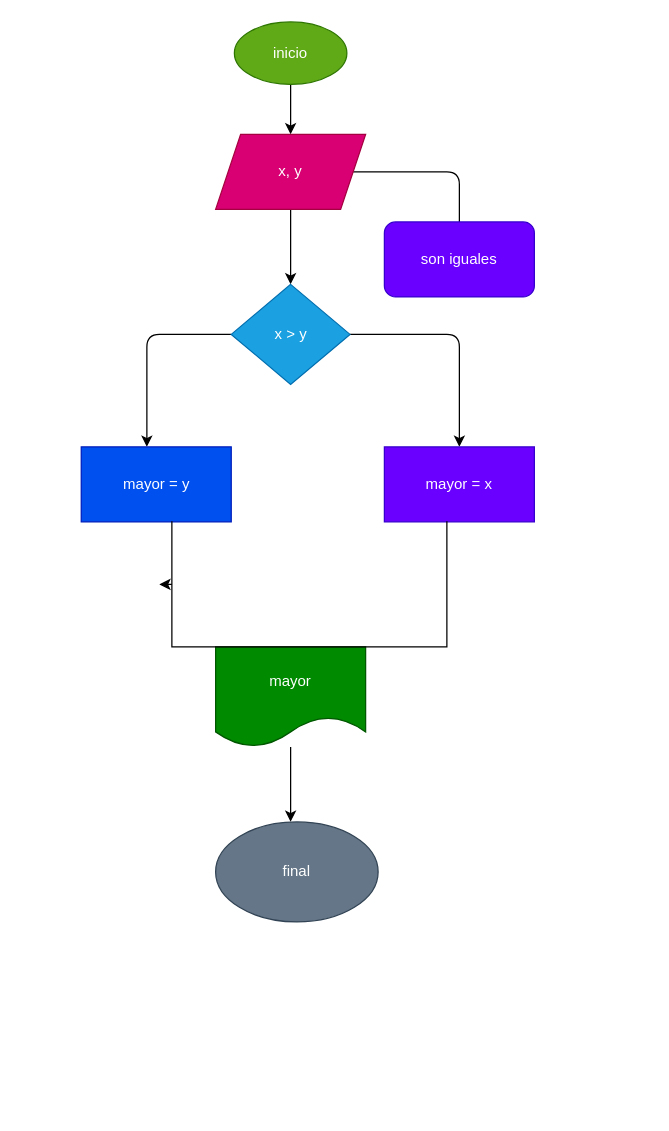
The draw.io diagram diagrama.drawio in jefferson5252173/mayor_2enteros, before the edit. Source tidied: cells renumbered, new cells numbered last; positions are measured from the earlier drawing's top-left corner, leaving out a move shared by most shapes. Both pictures are drawn from the tidied source at 125%, with x=0, y=0 at pixel (81, 21).
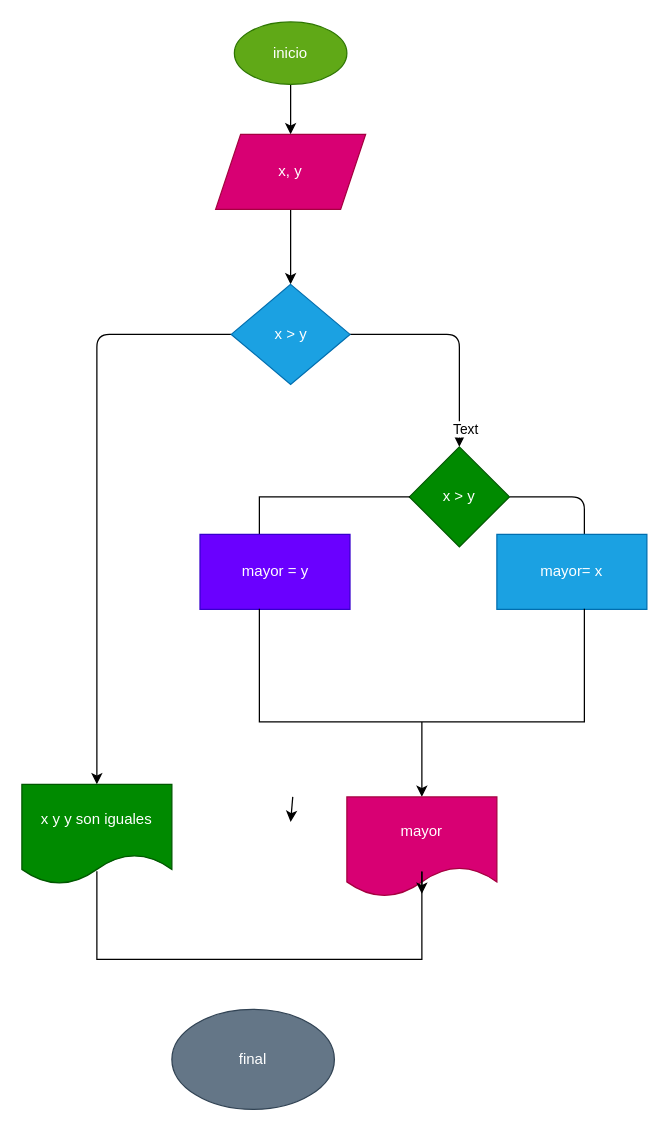
The same page after the edit.

Commit message (it also covers changes not shown here):
se modifico diagrama de flujo

Unchanged cells that the change refers to:
```xml
<mxCell id="6" value="x, y" style="shape=parallelogram;perimeter=parallelogramPerimeter;whiteSpace=wrap;html=1;fixedSize=1;fillColor=#d80073;fontColor=#ffffff;strokeColor=#A50040;" parent="1" vertex="1">
  <mxGeometry x="107" y="90" width="120" height="60" as="geometry" />
</mxCell>
<mxCell id="7" style="edgeStyle=none;html=1;" parent="1" edge="1" source="9">
  <mxGeometry relative="1" as="geometry">
    <mxPoint x="302" y="340" as="targetPoint" />
    <Array as="points">
      <mxPoint x="302" y="250" />
    </Array>
  </mxGeometry>
</mxCell>
<mxCell id="9" value="x &amp;gt; y" style="rhombus;whiteSpace=wrap;html=1;fillColor=#1ba1e2;fontColor=#ffffff;strokeColor=#006EAF;" parent="1" vertex="1">
  <mxGeometry x="119.5" y="210" width="95" height="80" as="geometry" />
</mxCell>
```

Diff of the diagram source:
```diff
@@
-    <mxCell id="5" style="edgeStyle=none;html=1;" parent="1" edge="1" source="6">
-      <mxGeometry relative="1" as="geometry">
-        <mxPoint x="302" y="170" as="targetPoint" />
-        <Array as="points">
-          <mxPoint x="302" y="120" />
-        </Array>
-      </mxGeometry>
-    </mxCell>
@@
+    <mxCell id="18" value="Text" style="edgeLabel;html=1;align=center;verticalAlign=middle;" parent="7" vertex="1">
+      <mxGeometry x="0.84" y="4" relative="1" as="geometry" />
+    </mxCell>
     <mxCell id="8" style="edgeStyle=none;html=1;" parent="1" edge="1" source="9">
       <mxGeometry relative="1" as="geometry">
-        <mxPoint x="52" y="340" as="targetPoint" />
+        <mxPoint x="12" y="610" as="targetPoint" />
         <Array as="points">
-          <mxPoint x="52" y="250" />
+          <mxPoint x="12" y="250" />
         </Array>
       </mxGeometry>
     </mxCell>
@@
+    <mxCell id="12" style="edgeStyle=none;html=1;" parent="1" edge="1">
+      <mxGeometry relative="1" as="geometry">
+        <mxPoint x="168.7" y="620" as="sourcePoint" />
+        <mxPoint x="167" y="640" as="targetPoint" />
+      </mxGeometry>
+    </mxCell>
+    <mxCell id="14" value="final" style="ellipse;whiteSpace=wrap;html=1;fillColor=#647687;fontColor=#ffffff;strokeColor=#314354;" parent="1" vertex="1">
+      <mxGeometry x="72" y="790" width="130" height="80" as="geometry" />
+    </mxCell>
+    <mxCell id="19" style="edgeStyle=none;html=1;" parent="1" edge="1" source="20">
+      <mxGeometry relative="1" as="geometry">
+        <mxPoint x="402" y="430" as="targetPoint" />
+        <Array as="points">
+          <mxPoint x="402" y="380" />
+        </Array>
+      </mxGeometry>
+    </mxCell>
+    <mxCell id="20" value="x &amp;gt; y" style="rhombus;whiteSpace=wrap;html=1;fillColor=#008a00;fontColor=#ffffff;strokeColor=#005700;" parent="1" vertex="1">
+      <mxGeometry x="262" y="340" width="80" height="80" as="geometry" />
+    </mxCell>
+    <mxCell id="21" value="mayor= x" style="whiteSpace=wrap;html=1;fillColor=#1ba1e2;fontColor=#ffffff;strokeColor=#006EAF;" parent="1" vertex="1">
+      <mxGeometry x="332" y="410" width="120" height="60" as="geometry" />
+    </mxCell>
+    <mxCell id="22" style="shape=partialRectangle;whiteSpace=wrap;html=1;bottom=0;right=0;fillColor=none;" parent="1" vertex="1">
+      <mxGeometry x="142" y="380" width="120" height="60" as="geometry" />
+    </mxCell>
-    <mxCell id="10" value="mayor = y" style="whiteSpace=wrap;html=1;fillColor=#0050ef;fontColor=#ffffff;strokeColor=#001DBC;" parent="1" vertex="1">
-      <mxGeometry x="-0.5" y="340" width="120" height="60" as="geometry" />
+    <mxCell id="10" value="mayor = y" style="whiteSpace=wrap;html=1;fillColor=#6a00ff;fontColor=#ffffff;strokeColor=#3700CC;" parent="1" vertex="1">
+      <mxGeometry x="94.5" y="410" width="120" height="60" as="geometry" />
     </mxCell>
-    <mxCell id="11" value="mayor = x" style="whiteSpace=wrap;html=1;fillColor=#6a00ff;fontColor=#ffffff;strokeColor=#3700CC;" parent="1" vertex="1">
-      <mxGeometry x="242" y="340" width="120" height="60" as="geometry" />
-    </mxCell>
-    <mxCell id="12" style="edgeStyle=none;html=1;" parent="1" edge="1" source="13">
-      <mxGeometry relative="1" as="geometry">
-        <mxPoint x="167" y="640" as="targetPoint" />
-      </mxGeometry>
-    </mxCell>
+    <mxCell id="23" value="x y y son iguales" style="shape=document;whiteSpace=wrap;html=1;boundedLbl=1;fillColor=#008a00;fontColor=#ffffff;strokeColor=#005700;" parent="1" vertex="1">
+      <mxGeometry x="-48" y="610" width="120" height="80" as="geometry" />
+    </mxCell>
+    <mxCell id="24" style="edgeStyle=none;html=1;" parent="1" edge="1" source="25">
+      <mxGeometry relative="1" as="geometry">
+        <mxPoint x="272" y="620" as="targetPoint" />
+      </mxGeometry>
+    </mxCell>
+    <mxCell id="25" style="shape=partialRectangle;whiteSpace=wrap;html=1;bottom=1;right=1;left=1;top=0;fillColor=none;routingCenterX=-0.5;" parent="1" vertex="1">
+      <mxGeometry x="142" y="470" width="260" height="90" as="geometry" />
+    </mxCell>
-    <mxCell id="13" value="mayor" style="shape=document;whiteSpace=wrap;html=1;boundedLbl=1;fillColor=#008a00;fontColor=#ffffff;strokeColor=#005700;" parent="1" vertex="1">
-      <mxGeometry x="107" y="500" width="120" height="80" as="geometry" />
+    <mxCell id="13" value="mayor" style="shape=document;whiteSpace=wrap;html=1;boundedLbl=1;fillColor=#d80073;fontColor=#ffffff;strokeColor=#A50040;" parent="1" vertex="1">
+      <mxGeometry x="212" y="620" width="120" height="80" as="geometry" />
     </mxCell>
-    <mxCell id="14" value="final" style="ellipse;whiteSpace=wrap;html=1;fillColor=#647687;fontColor=#ffffff;strokeColor=#314354;" parent="1" vertex="1">
-      <mxGeometry x="107" y="640" width="130" height="80" as="geometry" />
-    </mxCell>
-    <mxCell id="15" style="edgeStyle=none;html=1;exitX=0;exitY=0.5;exitDx=0;exitDy=0;" parent="1" edge="1" source="16">
-      <mxGeometry relative="1" as="geometry">
-        <mxPoint x="62" y="450" as="targetPoint" />
-      </mxGeometry>
-    </mxCell>
-    <mxCell id="16" style="shape=partialRectangle;whiteSpace=wrap;html=1;bottom=1;right=1;left=1;top=0;fillColor=none;routingCenterX=-0.5;" parent="1" vertex="1">
-      <mxGeometry x="72" y="400" width="220" height="100" as="geometry" />
-    </mxCell>
-    <mxCell id="17" value="son iguales" style="rounded=1;whiteSpace=wrap;html=1;fillColor=#6a00ff;fontColor=#ffffff;strokeColor=#3700CC;" parent="1" vertex="1">
-      <mxGeometry x="242" y="160" width="120" height="60" as="geometry" />
-    </mxCell>
+    <mxCell id="26" style="shape=partialRectangle;whiteSpace=wrap;html=1;bottom=1;right=1;left=1;top=0;fillColor=none;routingCenterX=-0.5;" parent="1" vertex="1">
+      <mxGeometry x="12" y="680" width="260" height="70" as="geometry" />
+    </mxCell>
+    <mxCell id="27" style="edgeStyle=none;html=1;exitX=1;exitY=0;exitDx=0;exitDy=0;entryX=1;entryY=0.25;entryDx=0;entryDy=0;" parent="1" edge="1" source="26" target="26">
+      <mxGeometry relative="1" as="geometry" />
+    </mxCell>
```
